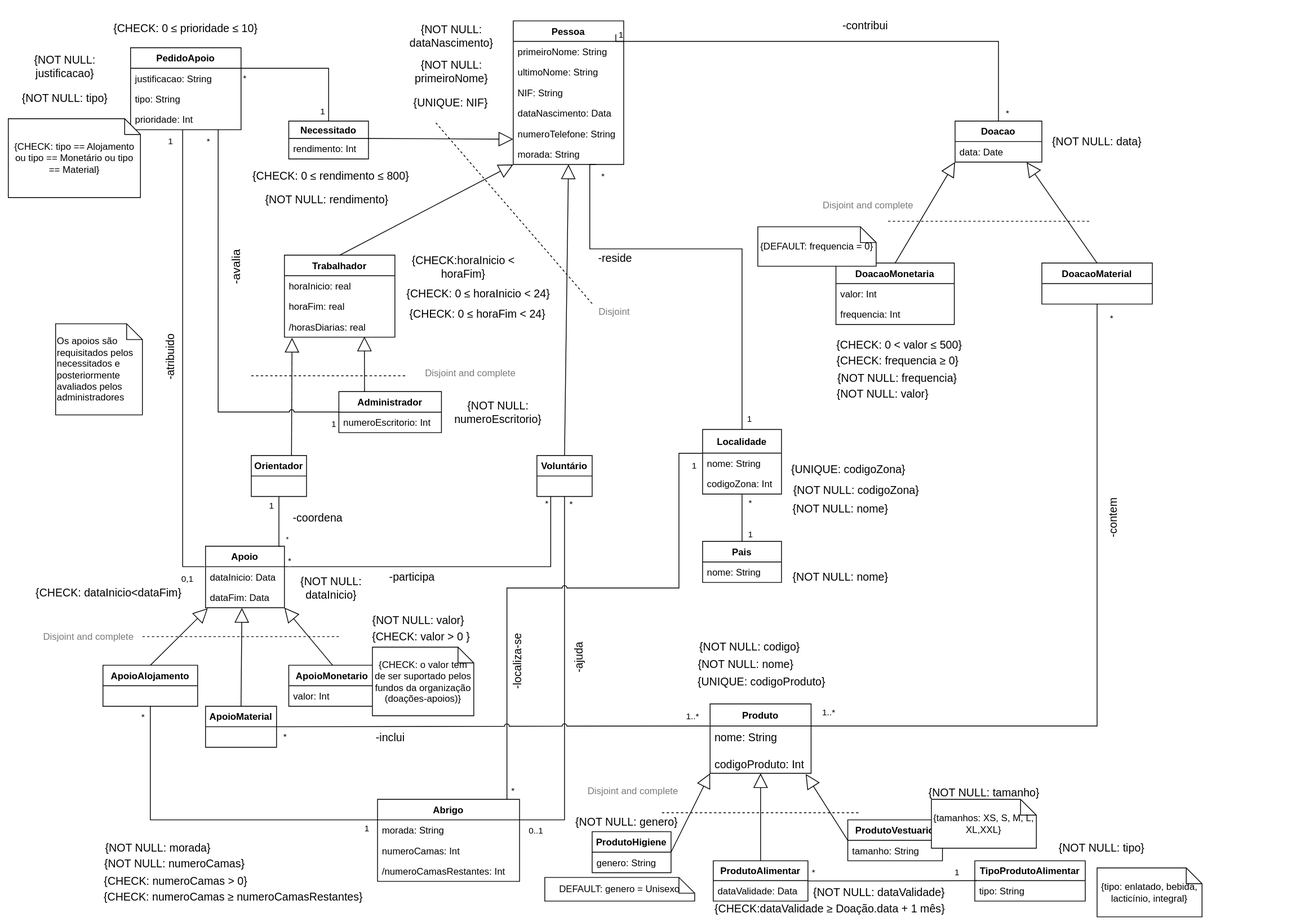
Above: Delivery_I/diagram.svg in francisco-rente/FEUP-BDAD (draw.io), before the change. Source tidied: cells renumbered, new cells last; positions are measured from the earlier drawing's top-left corner, leaving out a move shared by most shapes.
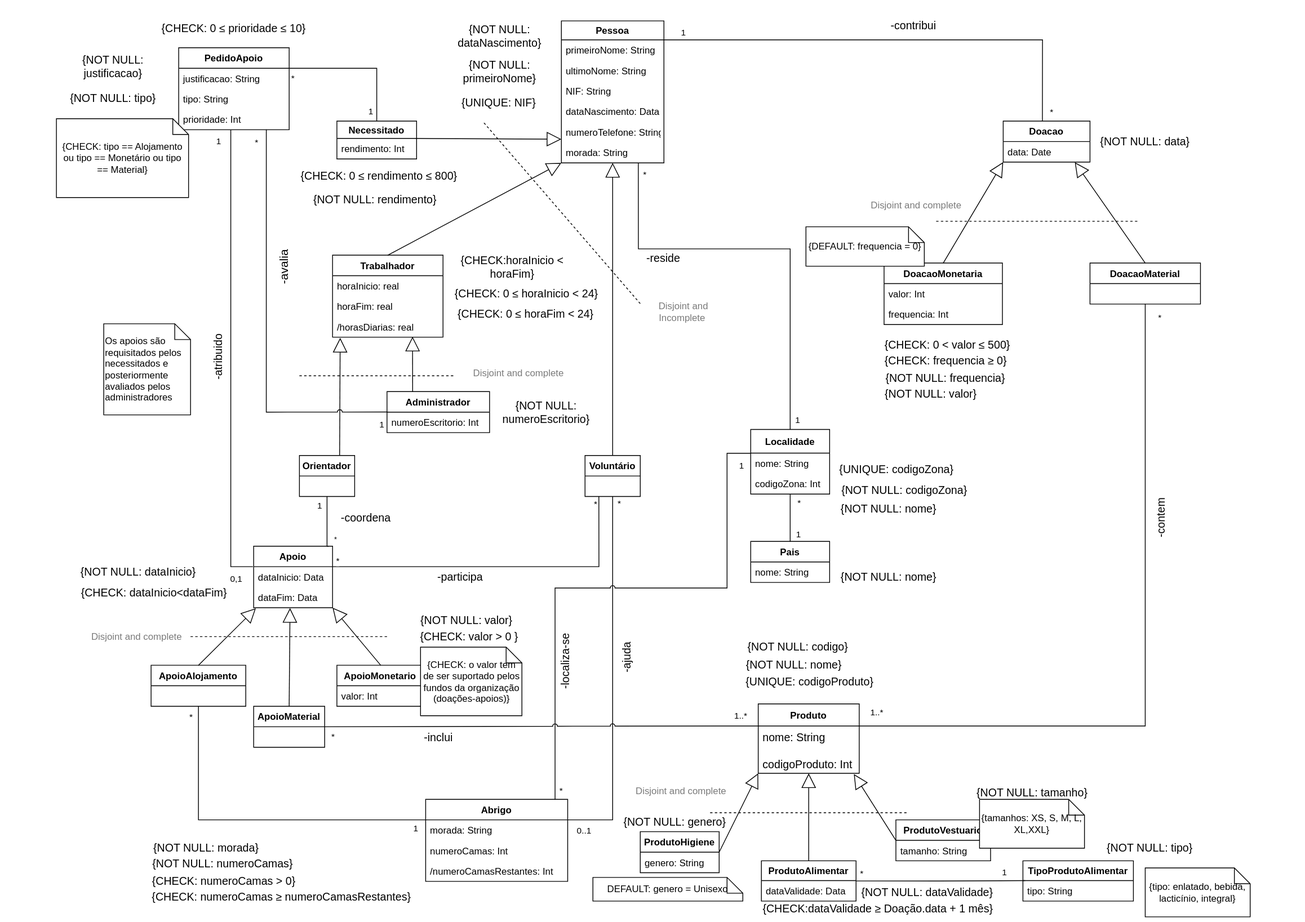
After the change.

Commit message:
added incomplete and small visual changes

The edit, as a diff of the source:
```diff
@@ -2,26 +2,26 @@
   <root>
     <mxCell id="0" />
     <mxCell id="1" parent="0" />
-    <mxCell id="2" value="Pessoa" style="swimlane;fontStyle=1;horizontal=1;startSize=26;fillColor=none;" parent="1" vertex="1">
-      <mxGeometry x="640" y="4" width="140" height="182" as="geometry" />
+    <mxCell id="2" value="Pessoa" style="swimlane;fontStyle=1;horizontal=1;startSize=24;fillColor=none;" parent="1" vertex="1">
+      <mxGeometry x="640" y="4" width="130" height="180" as="geometry" />
     </mxCell>
     <mxCell id="3" value="primeiroNome: String" style="text;strokeColor=none;fillColor=none;align=left;verticalAlign=top;spacingLeft=4;spacingRight=4;overflow=hidden;" parent="2" vertex="1">
-      <mxGeometry y="26" width="140" height="26" as="geometry" />
+      <mxGeometry y="24" width="130" height="26" as="geometry" />
     </mxCell>
     <mxCell id="4" value="ultimoNome: String" style="text;strokeColor=none;fillColor=none;align=left;verticalAlign=top;spacingLeft=4;spacingRight=4;overflow=hidden;" parent="2" vertex="1">
-      <mxGeometry y="52" width="140" height="26" as="geometry" />
+      <mxGeometry y="50" width="130" height="26" as="geometry" />
     </mxCell>
     <mxCell id="5" value="NIF: String" style="text;strokeColor=none;fillColor=none;align=left;verticalAlign=top;spacingLeft=4;spacingRight=4;overflow=hidden;" parent="2" vertex="1">
-      <mxGeometry y="78" width="140" height="26" as="geometry" />
+      <mxGeometry y="76" width="130" height="26" as="geometry" />
     </mxCell>
     <mxCell id="6" value="dataNascimento: Data" style="text;strokeColor=none;fillColor=none;align=left;verticalAlign=top;spacingLeft=4;spacingRight=4;overflow=hidden;" parent="2" vertex="1">
-      <mxGeometry y="104" width="140" height="26" as="geometry" />
+      <mxGeometry y="102" width="130" height="26" as="geometry" />
     </mxCell>
     <mxCell id="7" value="numeroTelefone: String" style="text;strokeColor=none;fillColor=none;align=left;verticalAlign=top;spacingLeft=4;spacingRight=4;overflow=hidden;" parent="2" vertex="1">
-      <mxGeometry y="130" width="140" height="26" as="geometry" />
+      <mxGeometry y="128" width="130" height="26" as="geometry" />
     </mxCell>
     <mxCell id="8" value="morada: String" style="text;strokeColor=none;fillColor=none;align=left;verticalAlign=top;spacingLeft=4;spacingRight=4;overflow=hidden;" parent="2" vertex="1">
-      <mxGeometry y="156" width="140" height="26" as="geometry" />
+      <mxGeometry y="154" width="130" height="26" as="geometry" />
     </mxCell>
     <mxCell id="9" value="Trabalhador" style="swimlane;fontStyle=1;horizontal=1;startSize=26;fillColor=none;" parent="1" vertex="1">
       <mxGeometry x="350" y="301" width="140" height="104" as="geometry" />
@@ -138,57 +138,58 @@
       <mxGeometry x="120" y="821" width="120" height="52" as="geometry" />
     </mxCell>
     <mxCell id="47" style="endArrow=block;endSize=16;endFill=0;html=1;exitX=0.5;exitY=0;exitDx=0;exitDy=0;entryX=0;entryY=1;entryDx=0;entryDy=0;rounded=0;jumpStyle=arc;" parent="1" edge="1" source="9" target="2">
-      <mxGeometry x="130" y="26" as="geometry" />
+      <mxGeometry x="191" y="26" as="geometry" />
     </mxCell>
     <mxCell id="48" style="endArrow=block;endSize=16;endFill=0;html=1;rounded=0;exitX=0.993;exitY=0;exitDx=0;exitDy=0;exitPerimeter=0;jumpStyle=arc;" parent="1" edge="1" source="32">
-      <mxGeometry x="129.5" y="23" as="geometry">
+      <mxGeometry x="190.5" y="23" as="geometry">
         <mxPoint x="640" y="154" as="targetPoint" />
       </mxGeometry>
     </mxCell>
     <mxCell id="49" style="endArrow=block;endSize=16;endFill=0;html=1;exitX=0.5;exitY=0;exitDx=0;exitDy=0;rounded=0;entryX=0.5;entryY=1;entryDx=0;entryDy=0;jumpStyle=arc;" parent="1" edge="1" source="13" target="2">
-      <mxGeometry x="130" y="26" as="geometry" />
+      <mxGeometry x="191" y="26" as="geometry" />
     </mxCell>
     <mxCell id="50" style="endArrow=block;endSize=16;endFill=0;html=1;entryX=0;entryY=1;entryDx=0;entryDy=0;exitX=1;exitY=0.5;exitDx=0;exitDy=0;rounded=0;jumpStyle=arc;" parent="1" edge="1" source="29" target="132">
-      <mxGeometry x="130" y="26" as="geometry" />
+      <mxGeometry x="191" y="26" as="geometry" />
     </mxCell>
     <mxCell id="51" style="endArrow=block;endSize=16;endFill=0;html=1;exitX=0.5;exitY=0;exitDx=0;exitDy=0;rounded=0;jumpStyle=arc;entryX=0.5;entryY=1;entryDx=0;entryDy=0;" parent="1" edge="1" source="25" target="132">
-      <mxGeometry x="141.5" y="28" as="geometry" />
+      <mxGeometry x="202.5" y="28" as="geometry" />
     </mxCell>
     <mxCell id="52" style="endArrow=block;endSize=16;endFill=0;html=1;rounded=0;jumpStyle=arc;entryX=0.947;entryY=1.038;entryDx=0;entryDy=0;entryPerimeter=0;exitX=0;exitY=0.5;exitDx=0;exitDy=0;" parent="1" edge="1" source="27" target="134">
-      <mxGeometry x="130" y="26" as="geometry" />
+      <mxGeometry x="191" y="26" as="geometry" />
     </mxCell>
     <mxCell id="53" style="endArrow=block;endSize=16;endFill=0;html=1;entryX=0.028;entryY=1.029;entryDx=0;entryDy=0;entryPerimeter=0;exitX=0.5;exitY=0;exitDx=0;exitDy=0;rounded=0;jumpStyle=arc;" parent="1" edge="1" source="46" target="17">
-      <mxGeometry x="130" y="26" as="geometry" />
+      <mxGeometry x="191" y="26" as="geometry" />
     </mxCell>
     <mxCell id="54" style="endArrow=block;endSize=16;endFill=0;html=1;entryX=1;entryY=1;entryDx=0;entryDy=0;rounded=0;jumpStyle=arc;" parent="1" edge="1" target="15">
-      <mxGeometry x="130" y="26" as="geometry">
+      <mxGeometry x="191" y="26" as="geometry">
         <mxPoint x="411" y="821" as="sourcePoint" />
       </mxGeometry>
     </mxCell>
     <mxCell id="55" style="endArrow=block;endSize=16;endFill=0;html=1;entryX=0.825;entryY=1.006;entryDx=0;entryDy=0;exitX=0.5;exitY=0;exitDx=0;exitDy=0;entryPerimeter=0;rounded=0;jumpStyle=arc;" parent="1" edge="1" source="37" target="36">
-      <mxGeometry x="130" y="26" as="geometry" />
+      <mxGeometry x="191" y="26" as="geometry" />
     </mxCell>
     <mxCell id="56" style="endArrow=block;endSize=16;endFill=0;html=1;exitX=0.5;exitY=0;exitDx=0;exitDy=0;rounded=0;jumpStyle=arc;entryX=0;entryY=1;entryDx=0;entryDy=0;" parent="1" edge="1" source="38" target="35">
-      <mxGeometry x="130" y="26" as="geometry" />
+      <mxGeometry x="191" y="26" as="geometry" />
     </mxCell>
     <mxCell id="57" style="endArrow=block;endSize=16;endFill=0;html=1;exitX=0.25;exitY=0;exitDx=0;exitDy=0;entryX=0.724;entryY=0.974;entryDx=0;entryDy=0;entryPerimeter=0;rounded=0;" parent="1" edge="1" source="33" target="12">
-      <mxGeometry x="130" y="26" as="geometry" />
+      <mxGeometry x="191" y="26" as="geometry" />
     </mxCell>
     <mxCell id="58" style="endArrow=block;endSize=16;endFill=0;html=1;exitX=0.728;exitY=-0.006;exitDx=0;exitDy=0;entryX=0.069;entryY=1.031;entryDx=0;entryDy=0;entryPerimeter=0;exitPerimeter=0;rounded=0;" parent="1" edge="1" source="14" target="12">
-      <mxGeometry x="130" y="26" as="geometry" />
+      <mxGeometry x="191" y="26" as="geometry" />
     </mxCell>
-    <mxCell id="59" style="endArrow=none;html=1;edgeStyle=orthogonalEdgeStyle;strokeColor=#000000;entryX=0.5;entryY=0;entryDx=0;entryDy=0;rounded=0;jumpStyle=arc;" parent="1" edge="1" target="35">
-      <mxGeometry x="130" y="26" as="geometry">
-        <mxPoint x="770" y="21" as="sourcePoint" />
+    <mxCell id="59" style="endArrow=none;html=1;edgeStyle=orthogonalEdgeStyle;strokeColor=#000000;entryX=0.5;entryY=0;entryDx=0;entryDy=0;rounded=0;jumpStyle=arc;" parent="1" edge="1">
+      <mxGeometry x="185.7" y="26" as="geometry">
+        <mxPoint x="780" y="28" as="sourcePoint" />
+        <mxPoint x="1249.7" y="131" as="targetPoint" />
         <Array as="points">
-          <mxPoint x="770" y="30" />
-          <mxPoint x="1255" y="30" />
+          <mxPoint x="770" y="28" />
+          <mxPoint x="1250" y="28" />
         </Array>
       </mxGeometry>
     </mxCell>
     <mxCell id="60" value="1" style="edgeLabel;html=1;align=left;verticalAlign=bottom;" parent="59" vertex="1">
       <mxGeometry x="-1" relative="1" as="geometry">
-        <mxPoint x="2" y="8.6" as="offset" />
+        <mxPoint x="10" y="-2.1" as="offset" />
       </mxGeometry>
     </mxCell>
     <mxCell id="61" value="*" style="edgeLabel;html=1;align=right;verticalAlign=bottom;" parent="59" vertex="1">
@@ -197,7 +198,7 @@
       </mxGeometry>
     </mxCell>
     <mxCell id="62" style="endArrow=none;html=1;edgeStyle=orthogonalEdgeStyle;strokeColor=#000000;exitX=0.5;exitY=1;exitDx=0;exitDy=0;rounded=0;jumpStyle=arc;" parent="1" edge="1" source="14">
-      <mxGeometry x="130" y="26" as="geometry">
+      <mxGeometry x="191" y="26" as="geometry">
         <mxPoint x="345" y="670" as="targetPoint" />
         <Array as="points">
           <mxPoint x="345" y="670" />
@@ -215,7 +216,7 @@
       </mxGeometry>
     </mxCell>
     <mxCell id="65" style="endArrow=none;html=1;edgeStyle=orthogonalEdgeStyle;strokeColor=#000000;entryX=0;entryY=0.25;entryDx=0;entryDy=0;rounded=0;exitX=0.5;exitY=1;exitDx=0;exitDy=0;jumpStyle=arc;" parent="1" edge="1" source="46" target="21">
-      <mxGeometry x="130" y="26" as="geometry">
+      <mxGeometry x="191" y="26" as="geometry">
         <Array as="points">
           <mxPoint x="180" y="1017" />
         </Array>
@@ -232,7 +233,7 @@
       </mxGeometry>
     </mxCell>
     <mxCell id="68" style="endArrow=none;html=1;edgeStyle=orthogonalEdgeStyle;strokeColor=#000000;rounded=0;endSize=0;startSize=0;entryX=0.5;entryY=1;entryDx=0;entryDy=0;exitX=1;exitY=0.25;exitDx=0;exitDy=0;jumpStyle=arc;" parent="1" edge="1" source="21" target="13">
-      <mxGeometry x="130" y="26" as="geometry" />
+      <mxGeometry x="191" y="26" as="geometry" />
     </mxCell>
     <mxCell id="69" value="0..1" style="edgeLabel;html=1;align=left;verticalAlign=bottom;" parent="68" vertex="1">
       <mxGeometry x="-1" relative="1" as="geometry">
@@ -245,7 +246,7 @@
       </mxGeometry>
     </mxCell>
     <mxCell id="71" style="endArrow=none;html=1;edgeStyle=orthogonalEdgeStyle;strokeColor=#000000;entryX=0.5;entryY=1;entryDx=0;entryDy=0;exitX=0.5;exitY=0;exitDx=0;exitDy=0;rounded=0;jumpStyle=arc;" parent="1" edge="1" source="44" target="41">
-      <mxGeometry x="130" y="26" as="geometry">
+      <mxGeometry x="191" y="26" as="geometry">
         <Array as="points">
           <mxPoint x="930" y="638" />
           <mxPoint x="930" y="638" />
@@ -278,7 +279,7 @@
       <mxGeometry x="1045" y="405" width="169" height="20" as="geometry" />
     </mxCell>
     <mxCell id="79" style="endArrow=none;html=1;edgeStyle=orthogonalEdgeStyle;strokeColor=#000000;rounded=0;entryX=-0.01;entryY=0;entryDx=0;entryDy=0;entryPerimeter=0;jumpStyle=arc;" parent="1" edge="1" source="92" target="16">
-      <mxGeometry x="139" y="35" as="geometry">
+      <mxGeometry x="200" y="35" as="geometry">
         <Array as="points">
           <mxPoint x="221" y="696" />
         </Array>
@@ -295,7 +296,7 @@
       </mxGeometry>
     </mxCell>
     <mxCell id="82" style="endArrow=block;endSize=16;endFill=0;html=1;strokeColor=#000000;exitX=0.5;exitY=0;exitDx=0;exitDy=0;entryX=0.461;entryY=1.016;entryDx=0;entryDy=0;entryPerimeter=0;rounded=0;jumpStyle=arc;" parent="1" edge="1" source="18" target="17">
-      <mxGeometry x="130" y="26" as="geometry" />
+      <mxGeometry x="191" y="26" as="geometry" />
     </mxCell>
     <mxCell id="83" style="endArrow=none;html=1;edgeStyle=orthogonalEdgeStyle;rounded=0;entryX=0.25;entryY=1;entryDx=0;entryDy=0;jumpStyle=arc;" parent="1" edge="1" target="13">
       <mxGeometry relative="1" as="geometry">
@@ -442,7 +443,7 @@
       <mxGeometry x="506.5" y="306" width="142" height="20" as="geometry" />
     </mxCell>
     <mxCell id="116" value="&lt;font style=&quot;font-size: 14px&quot;&gt;{CHECK: dataInicio&amp;lt;&lt;/font&gt;&lt;font style=&quot;font-size: 14px&quot;&gt;&lt;font style=&quot;font-size: 14px&quot;&gt;data&lt;/font&gt;Fim}&lt;/font&gt;" style="text;html=1;strokeColor=none;fillColor=none;align=center;verticalAlign=middle;whiteSpace=wrap;rounded=0;" parent="1" vertex="1">
-      <mxGeometry x="30" y="719" width="195" height="20" as="geometry" />
+      <mxGeometry x="29" y="719" width="190" height="20" as="geometry" />
     </mxCell>
     <mxCell id="117" value="&lt;font style=&quot;font-size: 14px&quot;&gt;{CHECK: frequencia&lt;font style=&quot;font-size: 14px&quot;&gt;&lt;font style=&quot;font-size: 14px&quot;&gt; ≥ &lt;/font&gt;&lt;/font&gt;0}&lt;/font&gt;" style="text;html=1;strokeColor=none;fillColor=none;align=center;verticalAlign=middle;whiteSpace=wrap;rounded=0;" parent="1" vertex="1">
       <mxGeometry x="1047.5" y="425" width="159" height="20" as="geometry" />
@@ -506,7 +507,7 @@
       <mxGeometry y="62" width="128" height="26" as="geometry" />
     </mxCell>
     <mxCell id="135" style="endArrow=none;html=1;edgeStyle=orthogonalEdgeStyle;strokeColor=#000000;rounded=0;exitX=1;exitY=0.5;exitDx=0;exitDy=0;jumpStyle=arc;entryX=-0.005;entryY=-0.006;entryDx=0;entryDy=0;entryPerimeter=0;" parent="1" edge="1" source="18" target="133">
-      <mxGeometry x="130" y="26" as="geometry">
+      <mxGeometry x="191" y="26" as="geometry">
         <Array as="points">
           <mxPoint x="340" y="898" />
           <mxPoint x="889" y="898" />
@@ -557,8 +558,8 @@
         <mxPoint x="540" y="131" as="targetPoint" />
       </mxGeometry>
     </mxCell>
-    <mxCell id="144" value="Disjoint&amp;nbsp; " style="text;html=1;strokeColor=none;fillColor=none;align=center;verticalAlign=middle;whiteSpace=wrap;rounded=0;fontColor=#7A7A7A;" parent="1" vertex="1">
-      <mxGeometry x="740" y="362.5" width="60" height="20" as="geometry" />
+    <mxCell id="144" value="Disjoint and Incomplete&amp;nbsp; " style="text;html=1;strokeColor=none;fillColor=none;align=center;verticalAlign=middle;whiteSpace=wrap;rounded=0;fontColor=#7A7A7A;" parent="1" vertex="1">
+      <mxGeometry x="740" y="362.5" width="110" height="20" as="geometry" />
     </mxCell>
     <mxCell id="145" value="Disjoint and complete " style="text;html=1;strokeColor=none;fillColor=none;align=center;verticalAlign=middle;whiteSpace=wrap;rounded=0;fontColor=#7A7A7A;" parent="1" vertex="1">
       <mxGeometry x="524" y="440.5" width="124" height="20" as="geometry" />
@@ -600,7 +601,7 @@
       <mxGeometry x="549" y="484" width="143.5" height="32" as="geometry" />
     </mxCell>
     <mxCell id="157" value="&lt;font style=&quot;font-size: 14px&quot;&gt;{NOT NULL: dataInicio} &lt;/font&gt;" style="text;html=1;strokeColor=none;fillColor=none;align=center;verticalAlign=middle;whiteSpace=wrap;rounded=0;fontSize=12;" parent="1" vertex="1">
-      <mxGeometry x="362" y="707" width="94.5" height="32" as="geometry" />
+      <mxGeometry x="29" y="687" width="150" height="32" as="geometry" />
     </mxCell>
     <mxCell id="158" value="&lt;font style=&quot;font-size: 14px&quot;&gt;{NOT NULL: valor} &lt;/font&gt;" style="text;html=1;strokeColor=none;fillColor=none;align=center;verticalAlign=middle;whiteSpace=wrap;rounded=0;fontSize=12;" parent="1" vertex="1">
       <mxGeometry x="450" y="748" width="140" height="32" as="geometry" />
```
